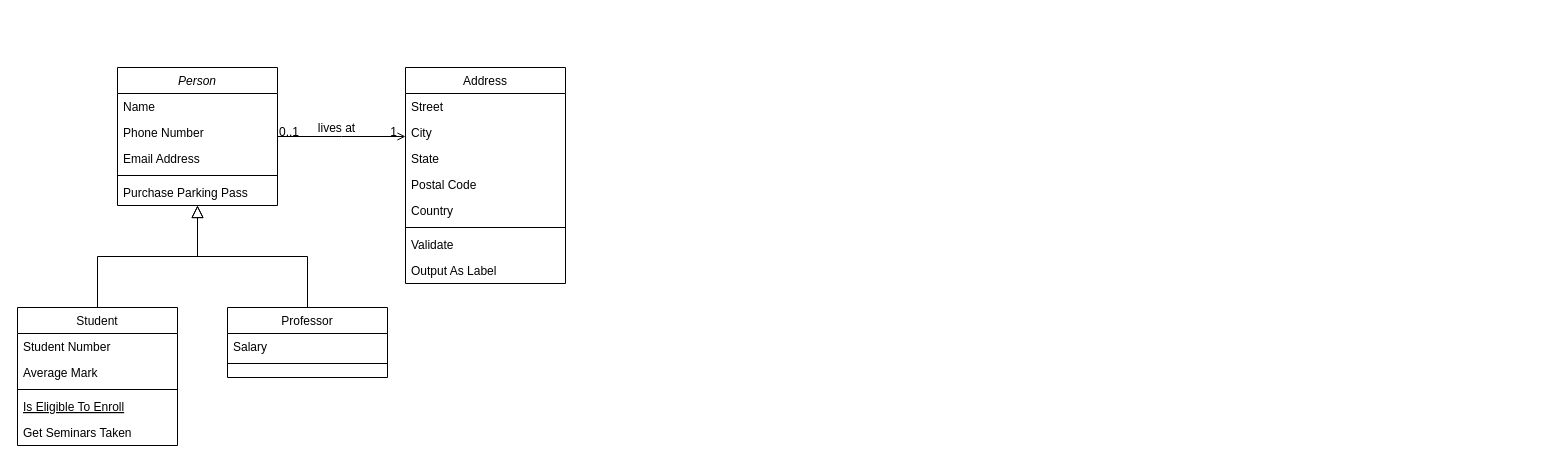
Earlier version of the draw.io diagram Class Diagram/Untitled Diagram.drawio (Y3-S1-project-group/CSSE-Design). Source tidied: cells renumbered, new cells numbered last; positions are measured from the earlier drawing's top-left corner, leaving out a move shared by most shapes. Both pictures are drawn from the tidied source at 100%, with x=0, y=0 at pixel (17, 67).
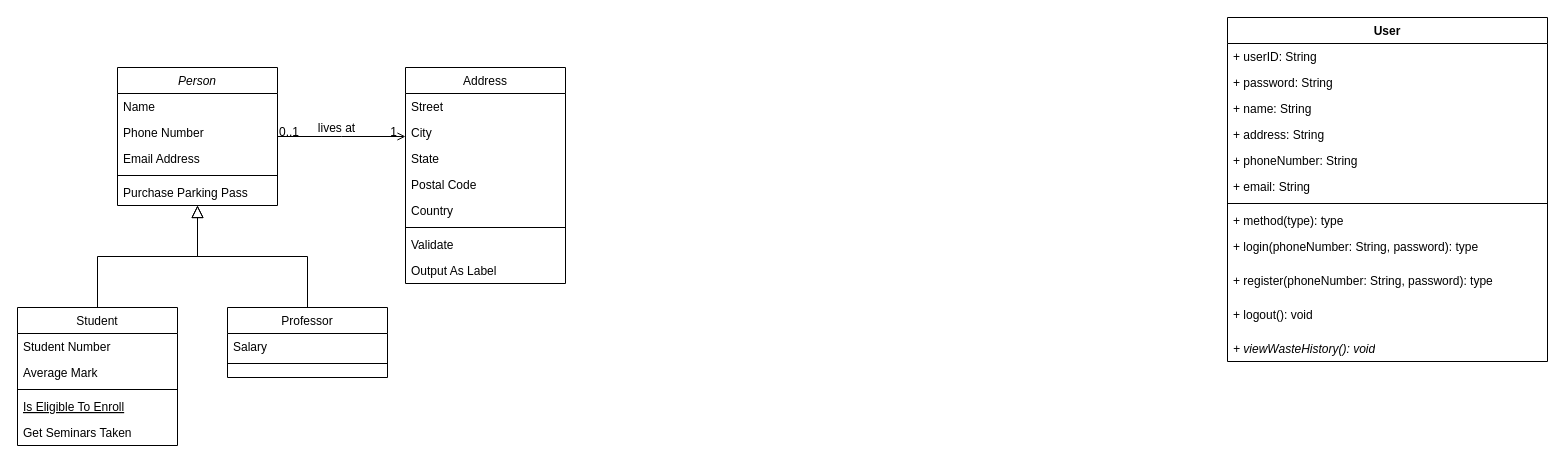
The same page after the edit.

Diff of the diagram source:
```diff
@@
+    <mxCell id="32" value="User" style="swimlane;fontStyle=1;align=center;verticalAlign=top;horizontal=1;startSize=26;whiteSpace=wrap;html=1;" parent="1" vertex="1">
+      <mxGeometry x="1210" y="-50" width="320" height="344" as="geometry" />
+    </mxCell>
+    <mxCell id="33" value="+ userID: String" style="text;strokeColor=none;fillColor=none;align=left;verticalAlign=top;spacingLeft=4;spacingRight=4;overflow=hidden;whiteSpace=wrap;html=1;" parent="32" vertex="1">
+      <mxGeometry y="26" width="320" height="26" as="geometry" />
+    </mxCell>
+    <mxCell id="34" value="+ password: String" style="text;strokeColor=none;fillColor=none;align=left;verticalAlign=top;spacingLeft=4;spacingRight=4;overflow=hidden;whiteSpace=wrap;html=1;" parent="32" vertex="1">
+      <mxGeometry y="52" width="320" height="26" as="geometry" />
+    </mxCell>
+    <mxCell id="35" value="+ name: String" style="text;strokeColor=none;fillColor=none;align=left;verticalAlign=top;spacingLeft=4;spacingRight=4;overflow=hidden;whiteSpace=wrap;html=1;" parent="32" vertex="1">
+      <mxGeometry y="78" width="320" height="26" as="geometry" />
+    </mxCell>
+    <mxCell id="36" value="+ address: String" style="text;strokeColor=none;fillColor=none;align=left;verticalAlign=top;spacingLeft=4;spacingRight=4;overflow=hidden;whiteSpace=wrap;html=1;" parent="32" vertex="1">
+      <mxGeometry y="104" width="320" height="26" as="geometry" />
+    </mxCell>
+    <mxCell id="37" value="+ phoneNumber: String" style="text;strokeColor=none;fillColor=none;align=left;verticalAlign=top;spacingLeft=4;spacingRight=4;overflow=hidden;whiteSpace=wrap;html=1;" parent="32" vertex="1">
+      <mxGeometry y="130" width="320" height="26" as="geometry" />
+    </mxCell>
+    <mxCell id="38" value="+ email: String" style="text;strokeColor=none;fillColor=none;align=left;verticalAlign=top;spacingLeft=4;spacingRight=4;overflow=hidden;whiteSpace=wrap;html=1;" parent="32" vertex="1">
+      <mxGeometry y="156" width="320" height="26" as="geometry" />
+    </mxCell>
+    <mxCell id="39" style="line;strokeWidth=1;fillColor=none;align=left;verticalAlign=middle;spacingTop=-1;spacingLeft=3;spacingRight=3;labelPosition=right;strokeColor=inherit;" parent="32" vertex="1">
+      <mxGeometry y="182" width="320" height="8" as="geometry" />
+    </mxCell>
+    <mxCell id="40" value="+ method(type): type" style="text;strokeColor=none;fillColor=none;align=left;verticalAlign=top;spacingLeft=4;spacingRight=4;overflow=hidden;whiteSpace=wrap;html=1;" parent="32" vertex="1">
+      <mxGeometry y="190" width="320" height="26" as="geometry" />
+    </mxCell>
+    <mxCell id="41" value="+ login(phoneNumber: String, password): type" style="text;strokeColor=none;fillColor=none;align=left;verticalAlign=top;spacingLeft=4;spacingRight=4;overflow=hidden;whiteSpace=wrap;html=1;" parent="32" vertex="1">
+      <mxGeometry y="216" width="320" height="34" as="geometry" />
+    </mxCell>
+    <mxCell id="42" value="+ register(phoneNumber: String, password): type" style="text;strokeColor=none;fillColor=none;align=left;verticalAlign=top;spacingLeft=4;spacingRight=4;overflow=hidden;whiteSpace=wrap;html=1;" parent="32" vertex="1">
+      <mxGeometry y="250" width="320" height="34" as="geometry" />
+    </mxCell>
+    <mxCell id="43" value="+ logout(): void" style="text;strokeColor=none;fillColor=none;align=left;verticalAlign=top;spacingLeft=4;spacingRight=4;overflow=hidden;whiteSpace=wrap;html=1;" parent="32" vertex="1">
+      <mxGeometry y="284" width="320" height="34" as="geometry" />
+    </mxCell>
+    <mxCell id="44" value="&lt;i&gt;+ viewWasteHistory(): void&lt;/i&gt;" style="text;strokeColor=none;fillColor=none;align=left;verticalAlign=top;spacingLeft=4;spacingRight=4;overflow=hidden;whiteSpace=wrap;html=1;" parent="32" vertex="1">
+      <mxGeometry y="318" width="320" height="26" as="geometry" />
+    </mxCell>
```
